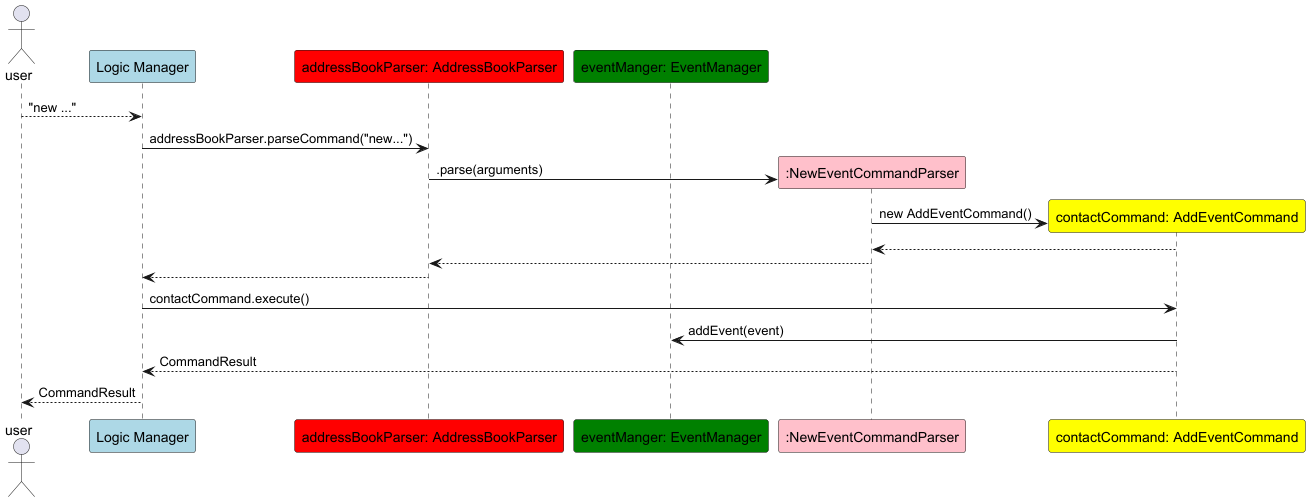
nus-cs2103-AY2425S1/tp keeps this PlantUML diagram as docs/images/AddEventCommandSequenceDiagram.png. Above is the earlier version. Its diagram source:
```plantuml
@startuml
Actor user
participant "Logic Manager" as L #lightblue
participant "addressBookParser: AddressBookParser" as A #red
participant "eventManger: EventManager" as C #green
participant ":NewEventCommandParser" as P #pink
participant "contactCommand: AddEventCommand" as B #yellow



user --> L: "new ..."
L-> A: addressBookParser.parseCommand("new...")
create P
A -> P: .parse(arguments)

create B
P -> B: new AddEventCommand()


B --> P:
P --> A:
A --> L
L -> B:  contactCommand.execute()
B -> C: addEvent(event)
B --> L: CommandResult
L --> user: CommandResult
@enduml
```
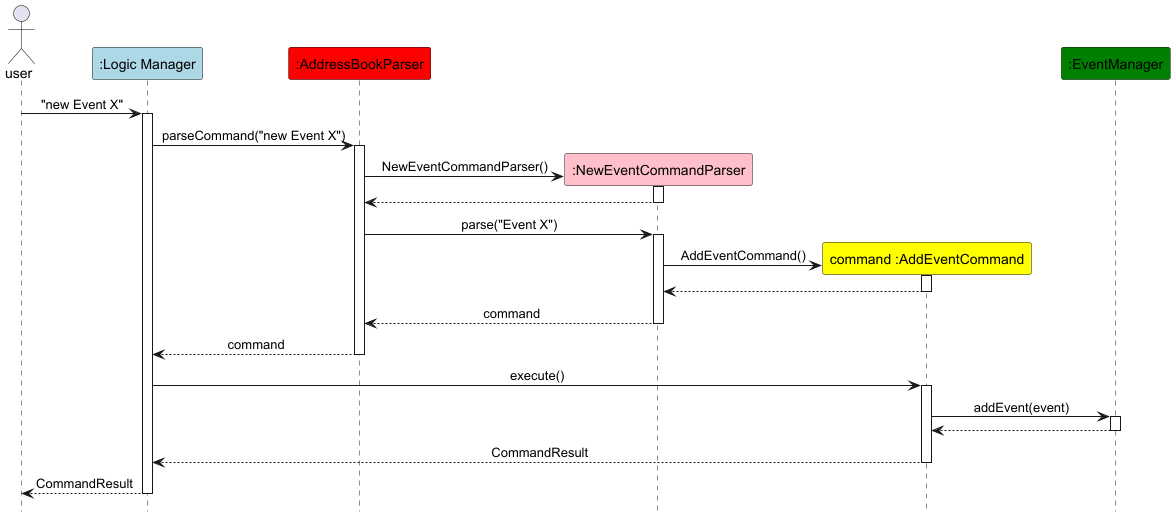
Above is the later version.

The edit, as a diff of the source:
```diff
@@ -1,27 +1,51 @@
 @startuml
+!include style.puml
+skinparam ArrowFontStyle plain
+skinparam DefaultFontColor black
+
 Actor user
-participant "Logic Manager" as L #lightblue
-participant "addressBookParser: AddressBookParser" as A #red
-participant "eventManger: EventManager" as C #green
+participant ":Logic Manager" as L #lightblue
+participant ":AddressBookParser" as A #red
 participant ":NewEventCommandParser" as P #pink
-participant "contactCommand: AddEventCommand" as B #yellow
+participant "command :AddEventCommand" as B #yellow
+participant ":EventManager" as C #green
 
+user -> L: "new Event X"
+activate L
 
+L-> A: parseCommand("new Event X")
+activate A
 
-user --> L: "new ..."
-L-> A: addressBookParser.parseCommand("new...")
 create P
-A -> P: .parse(arguments)
+A -> P: NewEventCommandParser()
+activate P
+
+P --> A:
+deactivate P
+
+A -> P: parse("Event X")
+activate P
 
 create B
-P -> B: new AddEventCommand()
-
+P -> B: AddEventCommand()
+activate B
 
 B --> P:
-P --> A:
-A --> L
-L -> B:  contactCommand.execute()
+deactivate B
+P --> A: command
+deactivate P
+A --> L: command
+deactivate A
+L -> B:  execute()
+activate B
 B -> C: addEvent(event)
+activate C
+C --> B
+deactivate C
+
 B --> L: CommandResult
+deactivate B
 L --> user: CommandResult
+
+deactivate L
 @enduml
```
